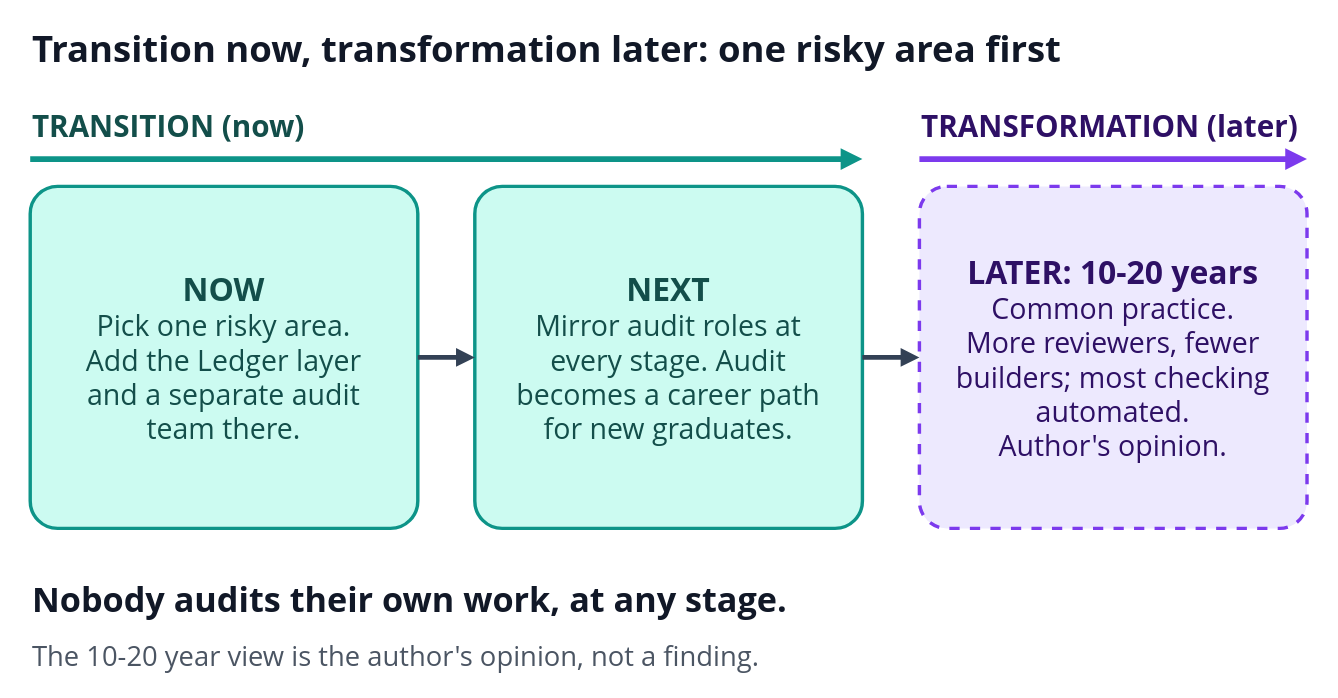
Earlier version of the draw.io diagram diagrams/07-transition-roadmap.drawio (i-asimkhan/ledger-layer-pattern). Source tidied: cells renumbered, new cells numbered last; positions are measured from the earlier drawing's top-left corner, leaving out a move shared by most shapes. Both pictures are drawn from the tidied source at 114%, with x=0, y=0 at pixel (30, 19).
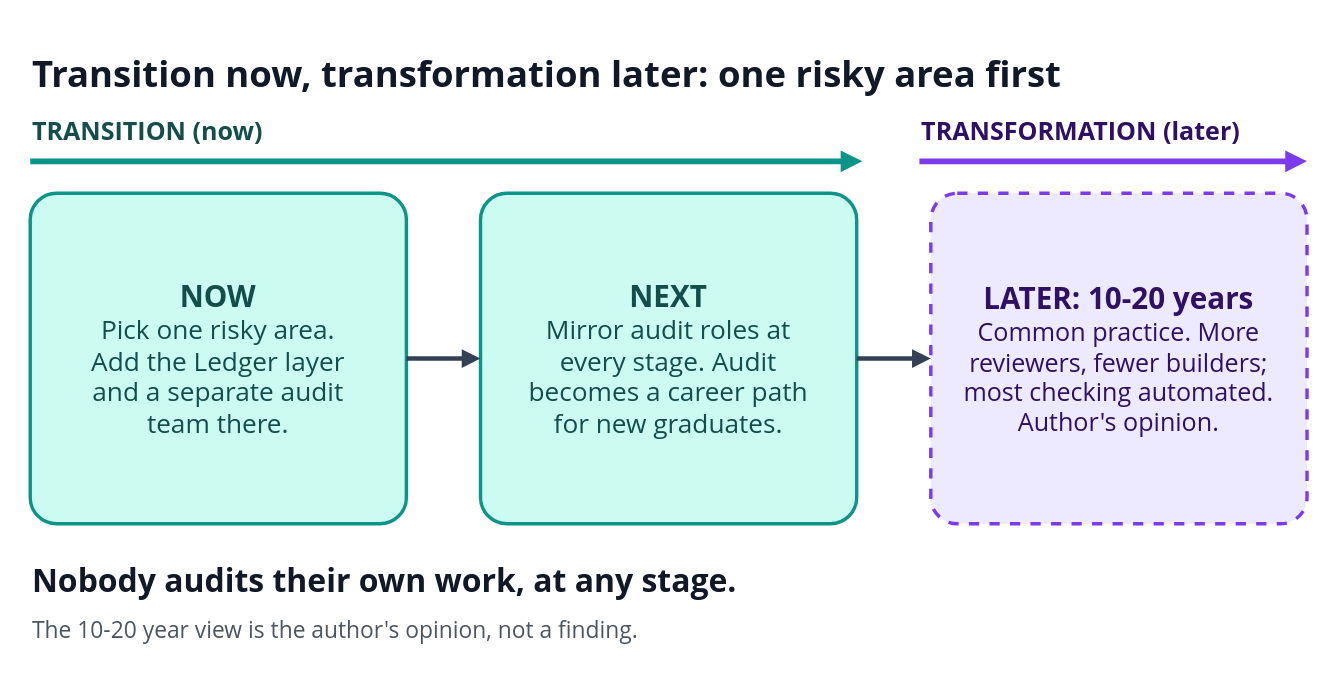
The same page after the edit.

Change to the diagram source:
```diff
@@
 <mxGraphModel>
   <root>
     <mxCell id="0" />
     <mxCell id="1" parent="0" />
     <mxCell id="2" value="Transition now, transformation later: one risky area first" style="text;html=1;strokeColor=none;fillColor=none;whiteSpace=wrap;verticalAlign=middle;align=left;fontSize=32;fontColor=#111827;fontFamily=Segoe UI;fontStyle=1;" parent="1" vertex="1">
-      <mxGeometry width="1120" height="50" as="geometry" />
+      <mxGeometry y="26" width="1120" height="42" as="geometry" />
     </mxCell>
-    <mxCell id="3" value="TRANSITION (now)" style="text;html=1;strokeColor=none;fillColor=none;whiteSpace=wrap;verticalAlign=middle;align=left;fontSize=26;fontColor=#134E4A;fontFamily=Segoe UI;fontStyle=1;" parent="1" vertex="1">
-      <mxGeometry y="76" width="730" height="34" as="geometry" />
+    <mxCell id="3" value="TRANSITION (now)" style="text;html=1;strokeColor=none;fillColor=none;whiteSpace=wrap;verticalAlign=middle;align=left;fontSize=22;fontColor=#134E4A;fontFamily=Segoe UI;fontStyle=1;" parent="1" vertex="1">
+      <mxGeometry y="82" width="730" height="30" as="geometry" />
     </mxCell>
     <mxCell id="4" style="endArrow=block;endFill=1;html=1;rounded=0;strokeColor=#0D9488;strokeWidth=5;" parent="1" edge="1">
       <mxGeometry relative="1" as="geometry">
-        <mxPoint y="122" as="sourcePoint" />
-        <mxPoint x="730" y="122" as="targetPoint" />
+        <mxPoint y="124" as="sourcePoint" />
+        <mxPoint x="730" y="124" as="targetPoint" />
       </mxGeometry>
     </mxCell>
-    <mxCell id="5" value="TRANSFORMATION (later)" style="text;html=1;strokeColor=none;fillColor=none;whiteSpace=wrap;verticalAlign=middle;align=left;fontSize=26;fontColor=#2E1065;fontFamily=Segoe UI;fontStyle=1;" parent="1" vertex="1">
-      <mxGeometry x="780" y="76" width="340" height="34" as="geometry" />
+    <mxCell id="5" value="TRANSFORMATION (later)" style="text;html=1;strokeColor=none;fillColor=none;whiteSpace=wrap;verticalAlign=middle;align=left;fontSize=22;fontColor=#2E1065;fontFamily=Segoe UI;fontStyle=1;" parent="1" vertex="1">
+      <mxGeometry x="780" y="82" width="340" height="30" as="geometry" />
     </mxCell>
     <mxCell id="6" style="endArrow=block;endFill=1;html=1;rounded=0;strokeColor=#7C3AED;strokeWidth=5;" parent="1" edge="1">
       <mxGeometry relative="1" as="geometry">
-        <mxPoint x="780" y="122" as="sourcePoint" />
-        <mxPoint x="1120" y="122" as="targetPoint" />
+        <mxPoint x="780" y="124" as="sourcePoint" />
+        <mxPoint x="1120" y="124" as="targetPoint" />
       </mxGeometry>
     </mxCell>
-    <mxCell id="7" value="&lt;span style=&quot;font-size:28px&quot;&gt;&lt;b&gt;NOW&lt;/b&gt;&lt;/span&gt;&lt;br&gt;&lt;span style=&quot;font-size:25px&quot;&gt;Pick one risky area.&lt;/span&gt;&lt;br&gt;&lt;span style=&quot;font-size:25px&quot;&gt;Add the Ledger layer&lt;/span&gt;&lt;br&gt;&lt;span style=&quot;font-size:25px&quot;&gt;and a separate audit&lt;/span&gt;&lt;br&gt;&lt;span style=&quot;font-size:25px&quot;&gt;team there.&lt;/span&gt;" style="rounded=1;arcSize=8;whiteSpace=wrap;html=1;fillColor=#CCFBF1;strokeColor=#0D9488;fontColor=#134E4A;strokeWidth=3;align=center;verticalAlign=middle;fontSize=25;fontFamily=Segoe UI;" parent="1" vertex="1">
-      <mxGeometry y="146" width="340" height="300" as="geometry" />
+    <mxCell id="7" value="&lt;span style=&quot;font-size:26px&quot;&gt;&lt;b&gt;NOW&lt;/b&gt;&lt;/span&gt;&lt;br&gt;&lt;span style=&quot;font-size:23px&quot;&gt;Pick one risky area.&lt;/span&gt;&lt;br&gt;&lt;span style=&quot;font-size:23px&quot;&gt;Add the Ledger layer&lt;/span&gt;&lt;br&gt;&lt;span style=&quot;font-size:23px&quot;&gt;and a separate audit&lt;/span&gt;&lt;br&gt;&lt;span style=&quot;font-size:23px&quot;&gt;team there.&lt;/span&gt;" style="rounded=1;arcSize=8;whiteSpace=wrap;html=1;fillColor=#CCFBF1;strokeColor=#0D9488;fontColor=#134E4A;strokeWidth=3;align=center;verticalAlign=middle;fontSize=23;fontFamily=Segoe UI;spacing=14;" parent="1" vertex="1">
+      <mxGeometry y="152" width="330" height="290" as="geometry" />
     </mxCell>
-    <mxCell id="8" value="&lt;span style=&quot;font-size:28px&quot;&gt;&lt;b&gt;NEXT&lt;/b&gt;&lt;/span&gt;&lt;br&gt;&lt;span style=&quot;font-size:25px&quot;&gt;Mirror audit roles at&lt;/span&gt;&lt;br&gt;&lt;span style=&quot;font-size:25px&quot;&gt;every stage. Audit&lt;/span&gt;&lt;br&gt;&lt;span style=&quot;font-size:25px&quot;&gt;becomes a career path&lt;/span&gt;&lt;br&gt;&lt;span style=&quot;font-size:25px&quot;&gt;for new graduates.&lt;/span&gt;" style="rounded=1;arcSize=8;whiteSpace=wrap;html=1;fillColor=#CCFBF1;strokeColor=#0D9488;fontColor=#134E4A;strokeWidth=3;align=center;verticalAlign=middle;fontSize=25;fontFamily=Segoe UI;" parent="1" vertex="1">
-      <mxGeometry x="390" y="146" width="340" height="300" as="geometry" />
+    <mxCell id="8" value="&lt;span style=&quot;font-size:26px&quot;&gt;&lt;b&gt;NEXT&lt;/b&gt;&lt;/span&gt;&lt;br&gt;&lt;span style=&quot;font-size:23px&quot;&gt;Mirror audit roles at&lt;/span&gt;&lt;br&gt;&lt;span style=&quot;font-size:23px&quot;&gt;every stage. Audit&lt;/span&gt;&lt;br&gt;&lt;span style=&quot;font-size:23px&quot;&gt;becomes a career path&lt;/span&gt;&lt;br&gt;&lt;span style=&quot;font-size:23px&quot;&gt;for new graduates.&lt;/span&gt;" style="rounded=1;arcSize=8;whiteSpace=wrap;html=1;fillColor=#CCFBF1;strokeColor=#0D9488;fontColor=#134E4A;strokeWidth=3;align=center;verticalAlign=middle;fontSize=23;fontFamily=Segoe UI;spacing=14;" parent="1" vertex="1">
+      <mxGeometry x="395" y="152" width="330" height="290" as="geometry" />
     </mxCell>
-    <mxCell id="9" value="&lt;span style=&quot;font-size:28px&quot;&gt;&lt;b&gt;LATER: 10-20 years&lt;/b&gt;&lt;/span&gt;&lt;br&gt;&lt;span style=&quot;font-size:25px&quot;&gt;Common practice.&lt;/span&gt;&lt;br&gt;&lt;span style=&quot;font-size:25px&quot;&gt;More reviewers, fewer&lt;/span&gt;&lt;br&gt;&lt;span style=&quot;font-size:25px&quot;&gt;builders; most checking&lt;/span&gt;&lt;br&gt;&lt;span style=&quot;font-size:25px&quot;&gt;automated.&lt;/span&gt;&lt;br&gt;&lt;span style=&quot;font-size:25px&quot;&gt;Author&amp;#x27;s opinion.&lt;/span&gt;" style="rounded=1;arcSize=8;whiteSpace=wrap;html=1;fillColor=#EDE9FE;strokeColor=#7C3AED;fontColor=#2E1065;strokeWidth=3;align=center;verticalAlign=middle;fontSize=25;fontFamily=Segoe UI;dashed=1;" parent="1" vertex="1">
-      <mxGeometry x="780" y="146" width="340" height="300" as="geometry" />
+    <mxCell id="9" value="&lt;span style=&quot;font-size:26px&quot;&gt;&lt;b&gt;LATER: 10-20 years&lt;/b&gt;&lt;/span&gt;&lt;br&gt;&lt;span style=&quot;font-size:22px&quot;&gt;Common practice. More&lt;/span&gt;&lt;br&gt;&lt;span style=&quot;font-size:22px&quot;&gt;reviewers, fewer builders;&lt;/span&gt;&lt;br&gt;&lt;span style=&quot;font-size:22px&quot;&gt;most checking automated.&lt;/span&gt;&lt;br&gt;&lt;span style=&quot;font-size:22px&quot;&gt;Author&amp;#x27;s opinion.&lt;/span&gt;" style="rounded=1;arcSize=8;whiteSpace=wrap;html=1;fillColor=#EDE9FE;strokeColor=#7C3AED;fontColor=#2E1065;strokeWidth=3;align=center;verticalAlign=middle;fontSize=22;fontFamily=Segoe UI;spacing=14;dashed=1;" parent="1" vertex="1">
+      <mxGeometry x="790" y="152" width="330" height="290" as="geometry" />
     </mxCell>
     <mxCell id="10" style="endArrow=block;endFill=1;html=1;rounded=0;strokeColor=#334155;strokeWidth=4;" parent="1" edge="1">
       <mxGeometry relative="1" as="geometry">
-        <mxPoint x="340" y="296" as="sourcePoint" />
-        <mxPoint x="390" y="296" as="targetPoint" />
+        <mxPoint x="330" y="297" as="sourcePoint" />
+        <mxPoint x="395" y="297" as="targetPoint" />
       </mxGeometry>
     </mxCell>
     <mxCell id="11" style="endArrow=block;endFill=1;html=1;rounded=0;strokeColor=#334155;strokeWidth=4;" parent="1" edge="1">
       <mxGeometry relative="1" as="geometry">
-        <mxPoint x="730" y="296" as="sourcePoint" />
-        <mxPoint x="780" y="296" as="targetPoint" />
+        <mxPoint x="725" y="297" as="sourcePoint" />
+        <mxPoint x="790" y="297" as="targetPoint" />
       </mxGeometry>
     </mxCell>
-    <mxCell id="12" value="Nobody audits their own work, at any stage." style="text;html=1;strokeColor=none;fillColor=none;whiteSpace=wrap;verticalAlign=middle;align=left;fontSize=30;fontColor=#111827;fontFamily=Segoe UI;fontStyle=1;" parent="1" vertex="1">
-      <mxGeometry y="486" width="1120" height="44" as="geometry" />
+    <mxCell id="12" value="Nobody audits their own work, at any stage." style="text;html=1;strokeColor=none;fillColor=none;whiteSpace=wrap;verticalAlign=middle;align=left;fontSize=28;fontColor=#111827;fontFamily=Segoe UI;fontStyle=1;" parent="1" vertex="1">
+      <mxGeometry y="472" width="1120" height="38" as="geometry" />
     </mxCell>
-    <mxCell id="13" value="The 10-20 year view is the author&amp;#x27;s opinion, not a finding." style="text;html=1;strokeColor=none;fillColor=none;whiteSpace=wrap;verticalAlign=middle;align=left;fontSize=24;fontColor=#4B5563;fontFamily=Segoe UI;fontStyle=0;" parent="1" vertex="1">
-      <mxGeometry y="538" width="1120" height="40" as="geometry" />
+    <mxCell id="13" value="The 10-20 year view is the author&amp;#x27;s opinion, not a finding." style="text;html=1;strokeColor=none;fillColor=none;whiteSpace=wrap;verticalAlign=middle;align=left;fontSize=20;fontColor=#4B5563;fontFamily=Segoe UI;fontStyle=0;" parent="1" vertex="1">
+      <mxGeometry y="520" width="1120" height="30" as="geometry" />
     </mxCell>
   </root>
 </mxGraphModel>
```
